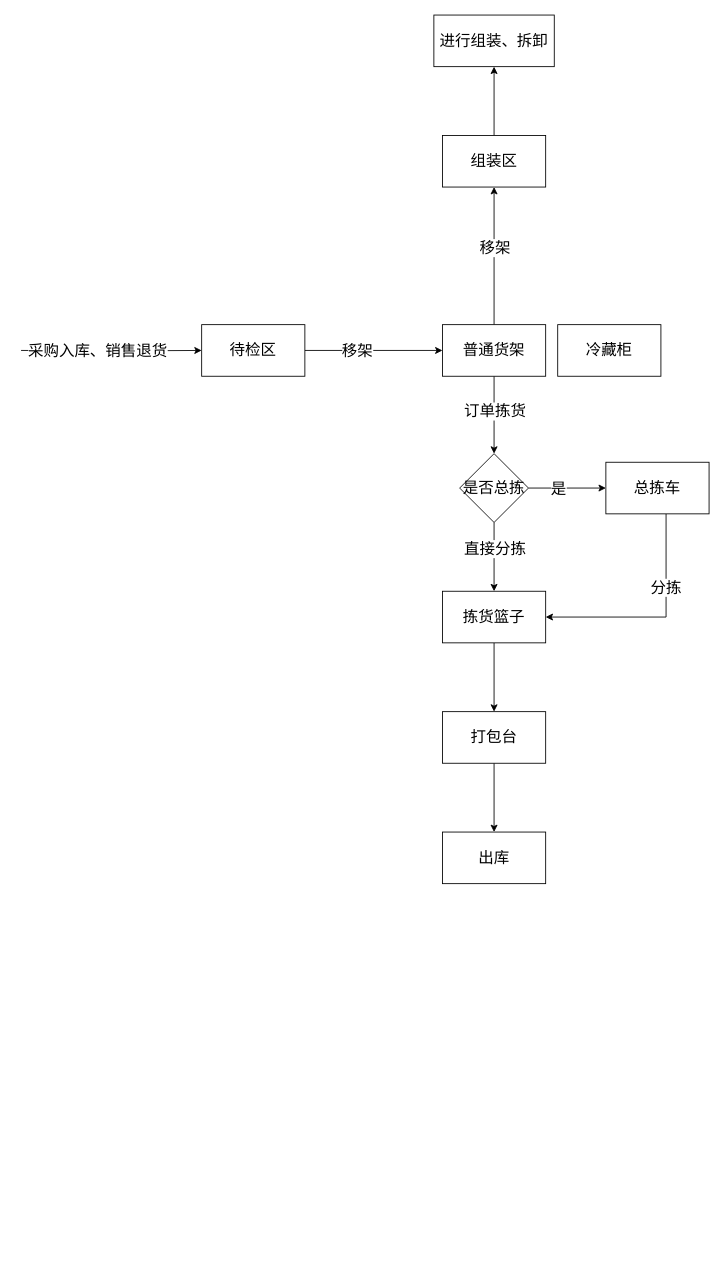
linbingxing/mind keeps this draw.io diagram as ERP商品储位变化.drawio. Above is the earlier version. Source tidied: cells renumbered, new cells numbered last; positions are measured from the earlier drawing's top-left corner, leaving out a move shared by most shapes. Both pictures are drawn from the tidied source at 86%, with x=0, y=0 at pixel (21, 15).
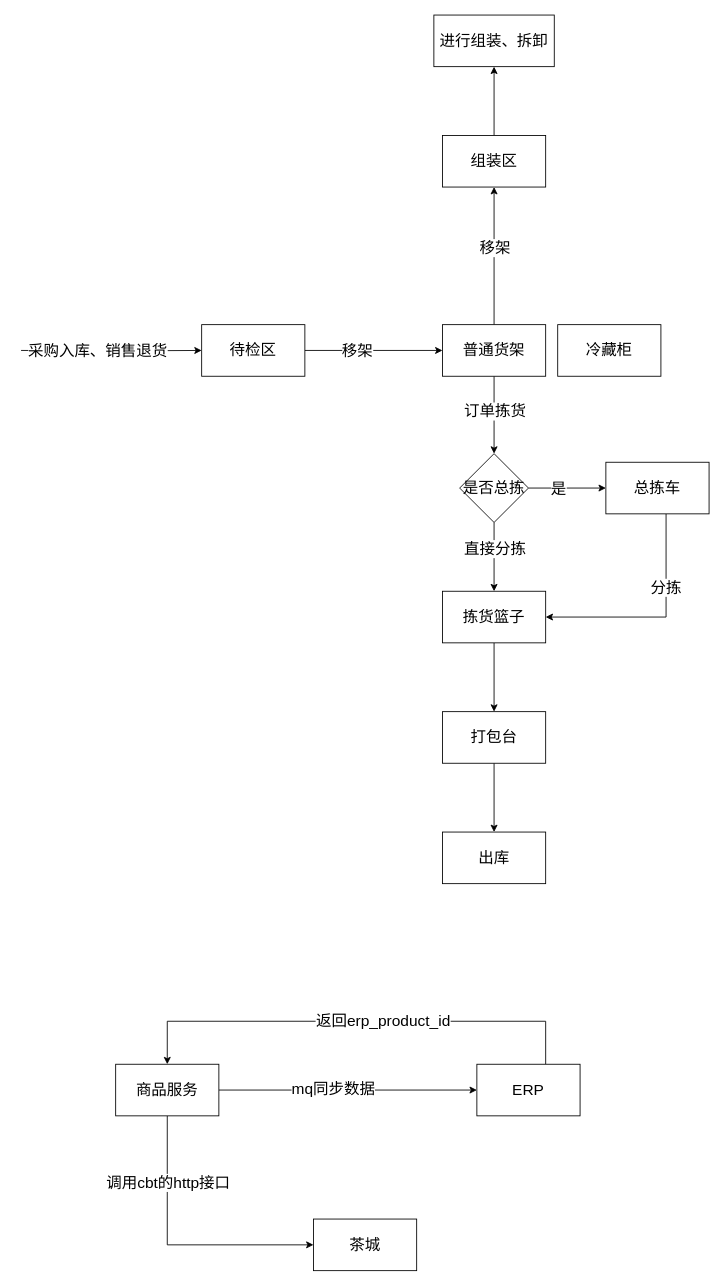
Above is the later version.

Commit message:
更新ERP商品储位变化.drawio

The edit, as a diff of the source:
```diff
@@
+    <mxCell id="29" style="edgeStyle=orthogonalEdgeStyle;rounded=0;jettySize=auto;html=1;entryX=0;entryY=0.5;entryDx=0;entryDy=0;fontSize=18;" parent="1" edge="1" source="33" target="36">
+      <mxGeometry relative="1" as="geometry" />
+    </mxCell>
+    <mxCell id="30" value="mq同步数据" style="edgeLabel;html=1;align=center;verticalAlign=middle;fontSize=18;" parent="29" vertex="1">
+      <mxGeometry x="-0.12" y="2" relative="1" as="geometry" />
+    </mxCell>
+    <mxCell id="31" style="edgeStyle=orthogonalEdgeStyle;rounded=0;jettySize=auto;html=1;entryX=0;entryY=0.5;entryDx=0;entryDy=0;fontSize=18;" parent="1" edge="1" source="33" target="37">
+      <mxGeometry relative="1" as="geometry">
+        <Array as="points">
+          <mxPoint x="170" y="1430" />
+        </Array>
+      </mxGeometry>
+    </mxCell>
+    <mxCell id="32" value="调用cbt的http接口" style="edgeLabel;html=1;align=center;verticalAlign=middle;fontSize=18;" parent="31" vertex="1">
+      <mxGeometry x="-0.67" y="-3" relative="1" as="geometry">
+        <mxPoint x="3" y="24" as="offset" />
+      </mxGeometry>
+    </mxCell>
+    <mxCell id="33" value="商品服务" style="rounded=0;whiteSpace=wrap;html=1;fontSize=18;" parent="1" vertex="1">
+      <mxGeometry x="110" y="1220" width="120" height="60" as="geometry" />
+    </mxCell>
+    <mxCell id="34" style="edgeStyle=orthogonalEdgeStyle;rounded=0;jettySize=auto;html=1;entryX=0.5;entryY=0;entryDx=0;entryDy=0;fontSize=18;" parent="1" edge="1" source="36" target="33">
+      <mxGeometry relative="1" as="geometry">
+        <Array as="points">
+          <mxPoint x="610" y="1170" />
+          <mxPoint x="170" y="1170" />
+        </Array>
+      </mxGeometry>
+    </mxCell>
+    <mxCell id="35" value="返回erp_product_id" style="edgeLabel;html=1;align=center;verticalAlign=middle;fontSize=18;" parent="34" vertex="1">
+      <mxGeometry x="-0.11" y="-1" relative="1" as="geometry" />
+    </mxCell>
+    <mxCell id="36" value="ERP" style="rounded=0;whiteSpace=wrap;html=1;fontSize=18;" parent="1" vertex="1">
+      <mxGeometry x="530" y="1220" width="120" height="60" as="geometry" />
+    </mxCell>
+    <mxCell id="37" value="茶城" style="rounded=0;whiteSpace=wrap;html=1;fontSize=18;" parent="1" vertex="1">
+      <mxGeometry x="340" y="1400" width="120" height="60" as="geometry" />
+    </mxCell>
```
